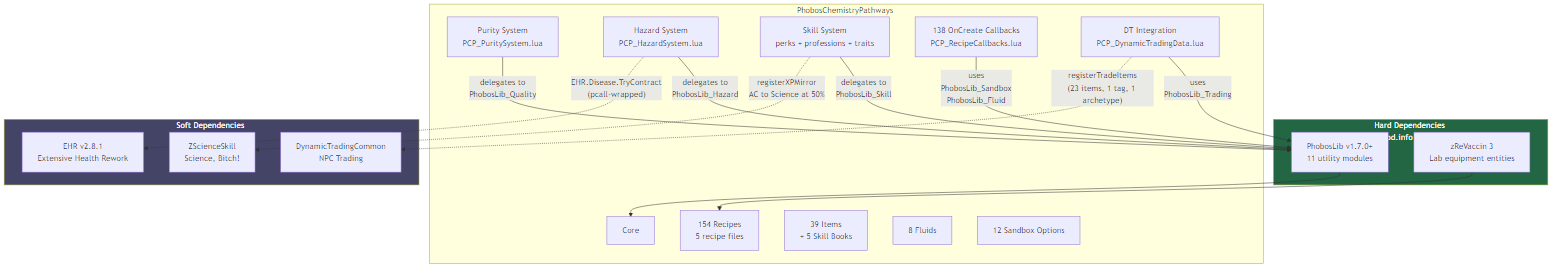
Before: docs/images/architecture.png, a diagram exported from Mermaid (phobos-dthorga/mod-pz-chemistry-pathways). Its source is kept beside it as docs/mermaid-src/architecture.mmd.
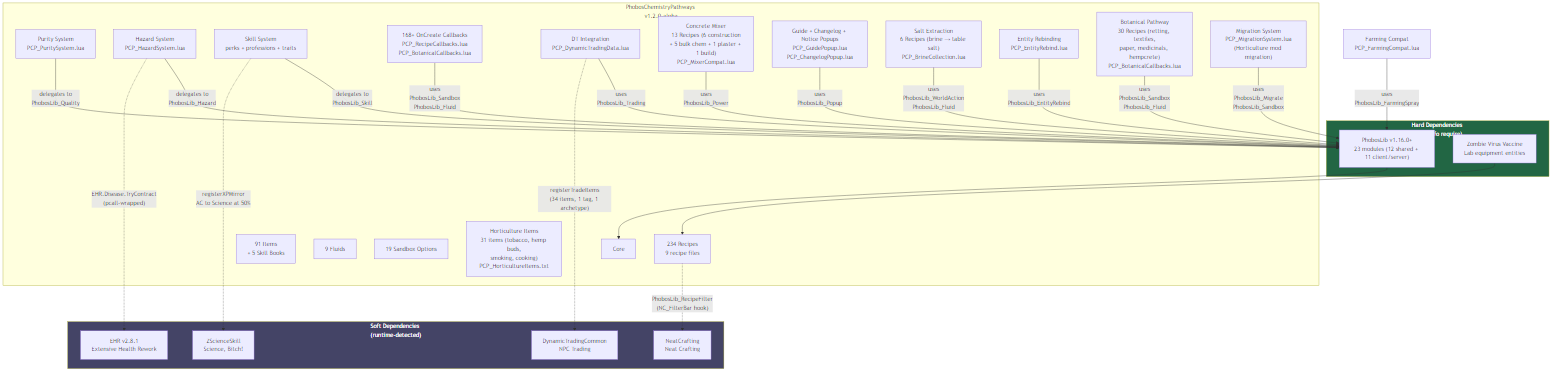
Above is the later version.

Diff of the diagram source:
```diff
@@ -1,24 +1,27 @@
 graph TB
     subgraph HARD["Hard Dependencies (mod.info require)"]
-        PL["PhobosLib v1.15.0+<br/>22 modules (12 shared + 10 client/server)"]
+        PL["PhobosLib v1.16.0+<br/>23 modules (12 shared + 11 client/server)"]
         ZR["Zombie Virus Vaccine<br/>Lab equipment entities"]
     end
 
-    subgraph PCP["PhobosChemistryPathways v1.0.0"]
+    subgraph PCP["PhobosChemistryPathways v1.2.0-alpha"]
         CORE["Core"]
-        REC["204 Recipes<br/>8 recipe files"]
-        ITEMS["47 Items<br/>+ 5 Skill Books"]
+        REC["234 Recipes<br/>9 recipe files"]
+        ITEMS["91 Items<br/>+ 5 Skill Books"]
         FLUIDS["9 Fluids"]
-        SB["16 Sandbox Options"]
+        SB["19 Sandbox Options"]
         PURITY["Purity System<br/>PCP_PuritySystem.lua"]
         HAZARD["Hazard System<br/>PCP_HazardSystem.lua"]
         SKILL["Skill System<br/>perks + professions + traits"]
-        CALLBACKS["168 OnCreate Callbacks<br/>PCP_RecipeCallbacks.lua"]
+        CALLBACKS["168+ OnCreate Callbacks<br/>PCP_RecipeCallbacks.lua<br/>PCP_BotanicalCallbacks.lua"]
         TRADING["DT Integration<br/>PCP_DynamicTradingData.lua"]
         MIXER["Concrete Mixer<br/>13 Recipes (6 construction<br/>+ 5 bulk chem + 1 plaster + 1 build)<br/>PCP_MixerCompat.lua"]
-        POPUP["Guide + Changelog Popups<br/>PCP_GuidePopup.lua<br/>PCP_ChangelogPopup.lua"]
+        POPUP["Guide + Changelog + Notice Popups<br/>PCP_GuidePopup.lua<br/>PCP_ChangelogPopup.lua"]
         SALT["Salt Extraction<br/>6 Recipes (brine → table salt)<br/>PCP_BrineCollection.lua"]
         REBIND["Entity Rebinding<br/>PCP_EntityRebind.lua"]
+        BOTANICAL["Botanical Pathway<br/>30 Recipes (retting, textiles,<br/>paper, medicinals, hempcrete)<br/>PCP_BotanicalCallbacks.lua"]
+        HORT["Horticulture Items<br/>31 items (tobacco, hemp buds,<br/>smoking, cooking)<br/>PCP_HorticultureItems.txt"]
+        MIGRATE["Migration System<br/>PCP_MigrationSystem.lua<br/>(Horticulture mod migration)"]
     end
 
     subgraph SOFT["Soft Dependencies (runtime-detected)"]
@@ -42,6 +45,8 @@
     POPUP -->|"uses<br/>PhobosLib_Popup"| PL
     SALT -->|"uses<br/>PhobosLib_WorldAction<br/>PhobosLib_Fluid"| PL
     REBIND -->|"uses<br/>PhobosLib_EntityRebind"| PL
+    BOTANICAL -->|"uses<br/>PhobosLib_Sandbox<br/>PhobosLib_Fluid"| PL
+    MIGRATE -->|"uses<br/>PhobosLib_Migrate<br/>PhobosLib_Sandbox"| PL
 
     HAZARD -.->|"EHR.Disease.TryContract<br/>(pcall-wrapped)"| EHR
     SKILL -.->|"registerXPMirror<br/>AC to Science at 50%"| ZSS
```
